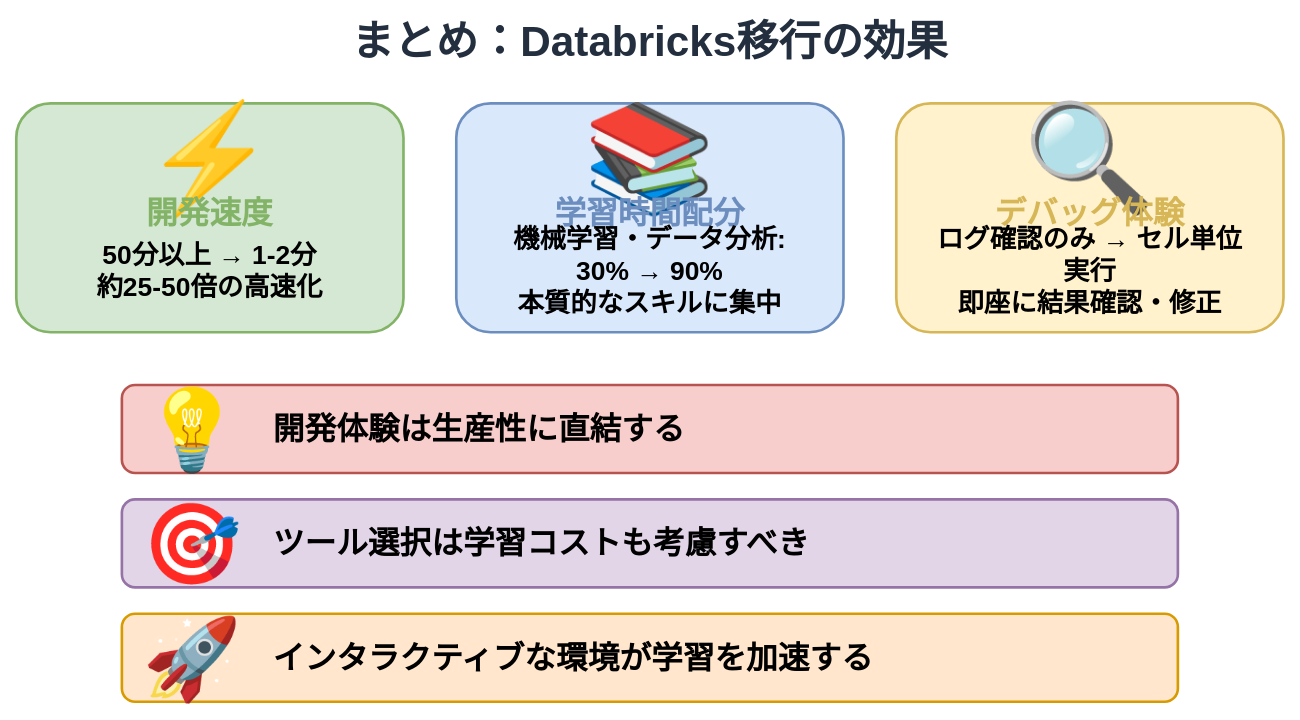
Earlier version of the draw.io diagram assets/2025-11-07-tamesare-data-sapporo/summary-infographic.drawio (i9wa4/i9wa4.github.io). Source tidied: cells renumbered, new cells numbered last; positions are measured from the earlier drawing's top-left corner, leaving out a move shared by most shapes. Both pictures are drawn from the tidied source at 88%, with x=0, y=0 at pixel (16, 15).
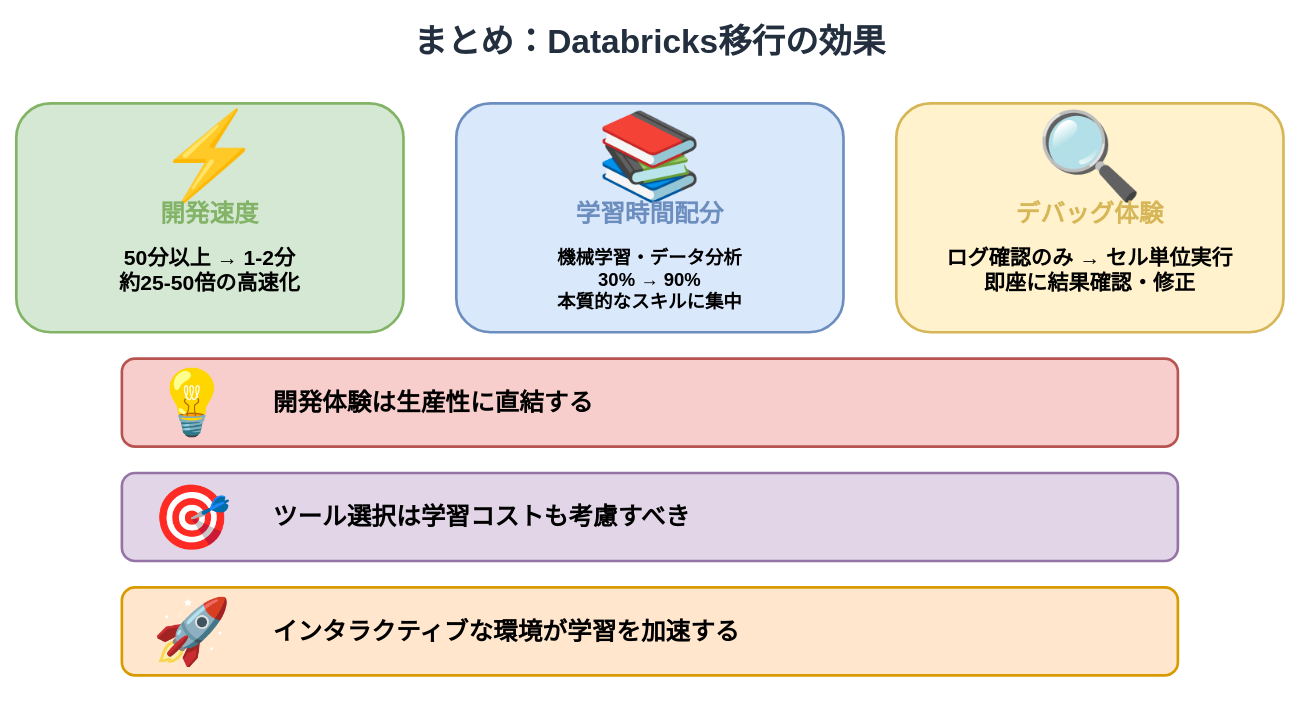
The same page after the edit.

Diff of the diagram source:
```diff
@@
-    <mxCell id="2" value="まとめ：Databricks移行の効果" style="text;html=1;strokeColor=none;fillColor=none;align=center;verticalAlign=middle;whiteSpace=wrap;rounded=0;fontSize=48;fontStyle=1;fontColor=#232F3E;" parent="1" vertex="1">
+    <mxCell id="2" value="まとめ：Databricks移行の効果" style="text;html=1;strokeColor=none;fillColor=none;align=center;verticalAlign=middle;whiteSpace=wrap;rounded=0;fontSize=38;fontStyle=1;fontColor=#232F3E;" parent="1" vertex="1">
       <mxGeometry x="320" width="800" height="60" as="geometry" />
     </mxCell>
@@
-    <mxCell id="4" value="⚡" style="text;html=1;strokeColor=none;fillColor=none;align=center;verticalAlign=middle;whiteSpace=wrap;rounded=0;fontSize=120;" parent="1" vertex="1">
+    <mxCell id="4" value="⚡" style="text;html=1;strokeColor=none;fillColor=none;align=center;verticalAlign=middle;whiteSpace=wrap;rounded=0;fontSize=97;" parent="1" vertex="1">
       <mxGeometry x="140" y="120" width="160" height="80" as="geometry" />
     </mxCell>
-    <mxCell id="5" value="開発速度" style="text;html=1;strokeColor=none;fillColor=none;align=center;verticalAlign=middle;whiteSpace=wrap;rounded=0;fontSize=36;fontStyle=1;fontColor=#82b366;" parent="1" vertex="1">
+    <mxCell id="5" value="開発速度" style="text;html=1;strokeColor=none;fillColor=none;align=center;verticalAlign=middle;whiteSpace=wrap;rounded=0;fontSize=28;fontStyle=1;fontColor=#82b366;" parent="1" vertex="1">
       <mxGeometry x="40" y="210" width="360" height="30" as="geometry" />
     </mxCell>
-    <mxCell id="6" value="50分以上 → 1-2分&lt;br&gt;約25-50倍の高速化" style="text;html=1;strokeColor=none;fillColor=none;align=center;verticalAlign=middle;whiteSpace=wrap;rounded=0;fontSize=30;fontStyle=1;" parent="1" vertex="1">
+    <mxCell id="6" value="50分以上 → 1-2分&lt;br&gt;約25-50倍の高速化" style="text;html=1;strokeColor=none;fillColor=none;align=center;verticalAlign=middle;whiteSpace=wrap;rounded=0;fontSize=24;fontStyle=1;" parent="1" vertex="1">
       <mxGeometry x="40" y="250" width="360" height="80" as="geometry" />
     </mxCell>
@@
-    <mxCell id="8" value="📚" style="text;html=1;strokeColor=none;fillColor=none;align=center;verticalAlign=middle;whiteSpace=wrap;rounded=0;fontSize=120;" parent="1" vertex="1">
+    <mxCell id="8" value="📚" style="text;html=1;strokeColor=none;fillColor=none;align=center;verticalAlign=middle;whiteSpace=wrap;rounded=0;fontSize=97;" parent="1" vertex="1">
       <mxGeometry x="640" y="120" width="160" height="80" as="geometry" />
     </mxCell>
-    <mxCell id="9" value="学習時間配分" style="text;html=1;strokeColor=none;fillColor=none;align=center;verticalAlign=middle;whiteSpace=wrap;rounded=0;fontSize=36;fontStyle=1;fontColor=#6c8ebf;" parent="1" vertex="1">
+    <mxCell id="9" value="学習時間配分" style="text;html=1;strokeColor=none;fillColor=none;align=center;verticalAlign=middle;whiteSpace=wrap;rounded=0;fontSize=28;fontStyle=1;fontColor=#6c8ebf;" parent="1" vertex="1">
       <mxGeometry x="540" y="210" width="360" height="30" as="geometry" />
     </mxCell>
-    <mxCell id="10" value="機械学習・データ分析: 30% → 90%&lt;br&gt;本質的なスキルに集中" style="text;html=1;strokeColor=none;fillColor=none;align=center;verticalAlign=middle;whiteSpace=wrap;rounded=0;fontSize=30;fontStyle=1;" parent="1" vertex="1">
-      <mxGeometry x="540" y="250" width="360" height="80" as="geometry" />
+    <mxCell id="10" value="機械学習・データ分析&lt;br&gt;30% → 90%&lt;br&gt;本質的なスキルに集中" style="text;html=1;strokeColor=none;fillColor=none;align=center;verticalAlign=middle;whiteSpace=wrap;rounded=0;fontSize=21;fontStyle=1;" parent="1" vertex="1">
+      <mxGeometry x="540" y="250" width="360" height="100" as="geometry" />
     </mxCell>
@@
-    <mxCell id="12" value="🔍" style="text;html=1;strokeColor=none;fillColor=none;align=center;verticalAlign=middle;whiteSpace=wrap;rounded=0;fontSize=120;" parent="1" vertex="1">
+    <mxCell id="12" value="🔍" style="text;html=1;strokeColor=none;fillColor=none;align=center;verticalAlign=middle;whiteSpace=wrap;rounded=0;fontSize=97;" parent="1" vertex="1">
       <mxGeometry x="1140" y="120" width="160" height="80" as="geometry" />
     </mxCell>
-    <mxCell id="13" value="デバッグ体験" style="text;html=1;strokeColor=none;fillColor=none;align=center;verticalAlign=middle;whiteSpace=wrap;rounded=0;fontSize=36;fontStyle=1;fontColor=#d6b656;" parent="1" vertex="1">
+    <mxCell id="13" value="デバッグ体験" style="text;html=1;strokeColor=none;fillColor=none;align=center;verticalAlign=middle;whiteSpace=wrap;rounded=0;fontSize=28;fontStyle=1;fontColor=#d6b656;" parent="1" vertex="1">
       <mxGeometry x="1040" y="210" width="360" height="30" as="geometry" />
     </mxCell>
-    <mxCell id="14" value="ログ確認のみ → セル単位実行&lt;br&gt;即座に結果確認・修正" style="text;html=1;strokeColor=none;fillColor=none;align=center;verticalAlign=middle;whiteSpace=wrap;rounded=0;fontSize=30;fontStyle=1;" parent="1" vertex="1">
+    <mxCell id="14" value="ログ確認のみ → セル単位実行&lt;br&gt;即座に結果確認・修正" style="text;html=1;strokeColor=none;fillColor=none;align=center;verticalAlign=middle;whiteSpace=wrap;rounded=0;fontSize=24;fontStyle=1;" parent="1" vertex="1">
       <mxGeometry x="1040" y="250" width="360" height="80" as="geometry" />
     </mxCell>
     <mxCell id="15" style="rounded=1;whiteSpace=wrap;html=1;fillColor=#f8cecc;strokeColor=#b85450;strokeWidth=3;" parent="1" vertex="1">
-      <mxGeometry x="120" y="420" width="1200" height="100" as="geometry" />
+      <mxGeometry x="120" y="390" width="1200" height="100" as="geometry" />
     </mxCell>
-    <mxCell id="16" value="💡" style="text;html=1;strokeColor=none;fillColor=none;align=center;verticalAlign=middle;whiteSpace=wrap;rounded=0;fontSize=90;" parent="1" vertex="1">
-      <mxGeometry x="150" y="440" width="100" height="60" as="geometry" />
+    <mxCell id="16" value="💡" style="text;html=1;strokeColor=none;fillColor=none;align=center;verticalAlign=middle;whiteSpace=wrap;rounded=0;fontSize=72;" parent="1" vertex="1">
+      <mxGeometry x="150" y="410" width="100" height="60" as="geometry" />
     </mxCell>
-    <mxCell id="17" value="開発体験は生産性に直結する" style="text;html=1;strokeColor=none;fillColor=none;align=left;verticalAlign=middle;whiteSpace=wrap;rounded=0;fontSize=36;fontStyle=1;spacingLeft=20;" parent="1" vertex="1">
-      <mxGeometry x="270" y="455" width="1000" height="30" as="geometry" />
+    <mxCell id="17" value="開発体験は生産性に直結する" style="text;html=1;strokeColor=none;fillColor=none;align=left;verticalAlign=middle;whiteSpace=wrap;rounded=0;fontSize=28;fontStyle=1;spacingLeft=20;" parent="1" vertex="1">
+      <mxGeometry x="270" y="425" width="1000" height="30" as="geometry" />
     </mxCell>
     <mxCell id="18" style="rounded=1;whiteSpace=wrap;html=1;fillColor=#e1d5e7;strokeColor=#9673a6;strokeWidth=3;" parent="1" vertex="1">
-      <mxGeometry x="120" y="550" width="1200" height="100" as="geometry" />
+      <mxGeometry x="120" y="520" width="1200" height="100" as="geometry" />
     </mxCell>
-    <mxCell id="19" value="🎯" style="text;html=1;strokeColor=none;fillColor=none;align=center;verticalAlign=middle;whiteSpace=wrap;rounded=0;fontSize=90;" parent="1" vertex="1">
-      <mxGeometry x="150" y="570" width="100" height="60" as="geometry" />
+    <mxCell id="19" value="🎯" style="text;html=1;strokeColor=none;fillColor=none;align=center;verticalAlign=middle;whiteSpace=wrap;rounded=0;fontSize=72;" parent="1" vertex="1">
+      <mxGeometry x="150" y="540" width="100" height="60" as="geometry" />
     </mxCell>
-    <mxCell id="20" value="ツール選択は学習コストも考慮すべき" style="text;html=1;strokeColor=none;fillColor=none;align=left;verticalAlign=middle;whiteSpace=wrap;rounded=0;fontSize=36;fontStyle=1;spacingLeft=20;" parent="1" vertex="1">
-      <mxGeometry x="270" y="585" width="1000" height="30" as="geometry" />
+    <mxCell id="20" value="ツール選択は学習コストも考慮すべき" style="text;html=1;strokeColor=none;fillColor=none;align=left;verticalAlign=middle;whiteSpace=wrap;rounded=0;fontSize=28;fontStyle=1;spacingLeft=20;" parent="1" vertex="1">
+      <mxGeometry x="270" y="555" width="1000" height="30" as="geometry" />
     </mxCell>
     <mxCell id="21" style="rounded=1;whiteSpace=wrap;html=1;fillColor=#ffe6cc;strokeColor=#d79b00;strokeWidth=3;" parent="1" vertex="1">
-      <mxGeometry x="120" y="680" width="1200" height="100" as="geometry" />
+      <mxGeometry x="120" y="650" width="1200" height="100" as="geometry" />
     </mxCell>
-    <mxCell id="22" value="🚀" style="text;html=1;strokeColor=none;fillColor=none;align=center;verticalAlign=middle;whiteSpace=wrap;rounded=0;fontSize=90;" parent="1" vertex="1">
-      <mxGeometry x="150" y="700" width="100" height="60" as="geometry" />
+    <mxCell id="22" value="🚀" style="text;html=1;strokeColor=none;fillColor=none;align=center;verticalAlign=middle;whiteSpace=wrap;rounded=0;fontSize=72;" parent="1" vertex="1">
+      <mxGeometry x="150" y="670" width="100" height="60" as="geometry" />
     </mxCell>
-    <mxCell id="23" value="インタラクティブな環境が学習を加速する" style="text;html=1;strokeColor=none;fillColor=none;align=left;verticalAlign=middle;whiteSpace=wrap;rounded=0;fontSize=36;fontStyle=1;spacingLeft=20;" parent="1" vertex="1">
-      <mxGeometry x="270" y="715" width="1000" height="30" as="geometry" />
+    <mxCell id="23" value="インタラクティブな環境が学習を加速する" style="text;html=1;strokeColor=none;fillColor=none;align=left;verticalAlign=middle;whiteSpace=wrap;rounded=0;fontSize=28;fontStyle=1;spacingLeft=20;" parent="1" vertex="1">
+      <mxGeometry x="270" y="685" width="1000" height="30" as="geometry" />
     </mxCell>
```
